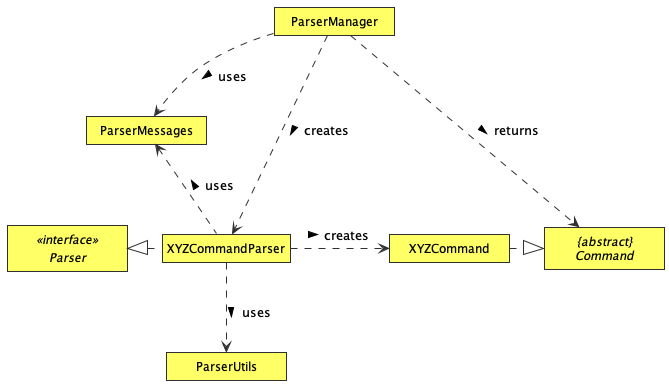
This is docs/images/ParserClassDiagram.png from tryyang2001/tp, a PlantUML export, as it was before one commit.
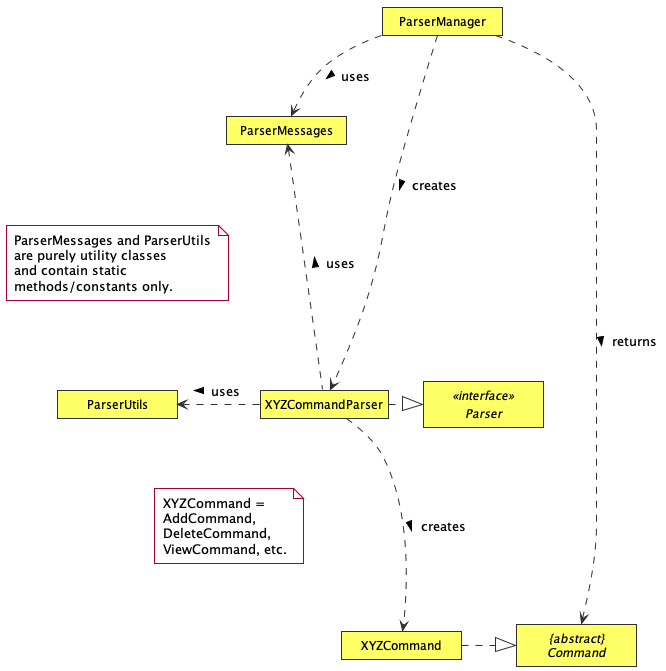
Above is the later version.

What changed in the source:
```diff
@@ -14,18 +14,37 @@
 
 ParserManager ..> ParserMessages : > uses
 ParserManager .down.> XYZCommandParser : > creates
-XYZCommandParser .left|> Parser
+XYZCommandParser ..right|> Parser
 XYZCommandParser .up.> ParserMessages : > uses
 
-XYZCommandParser ..> ParserUtils : > uses
-XYZCommandParser ..> XYZCommand : > creates
+
+note as N2 #white
+XYZCommand =
+AddCommand,
+DeleteCommand,
+ViewCommand, etc.
+end note
+
+XYZCommandParser .. N2 #transparent
+N2 .. XYZCommand #transparent
+
+
+XYZCommandParser .left.> ParserUtils : > uses
+XYZCommandParser ...> XYZCommand : > creates
 XYZCommand -right[hidden]- XYZCommandParser
 ParserManager -down[hidden]-XYZCommandParser
 
 ParserManager ..> Command :> returns
 XYZCommand .|> Command
 
+note as N1 #white
+ParserMessages and ParserUtils
+are purely utility classes
+and contain static
+methods/constants only.
+end note
 
-
+ParserMessages.. N1 #transparent
+N1 .. ParserUtils #transparent
 
 @enduml
```
